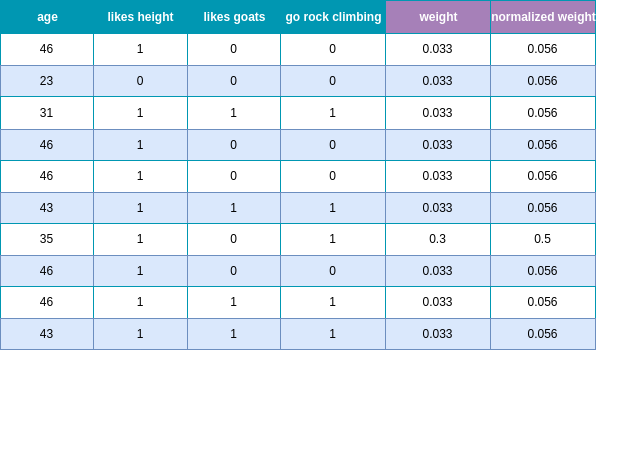
The draw.io diagram static/images/adaboost/ab_example_clf_data_second_stump_weights.drawio.png in froukje/datamapu, before a commit. Source tidied: cells renumbered, new cells last; positions are measured from the earlier drawing's top-left corner, leaving out a move shared by most shapes.
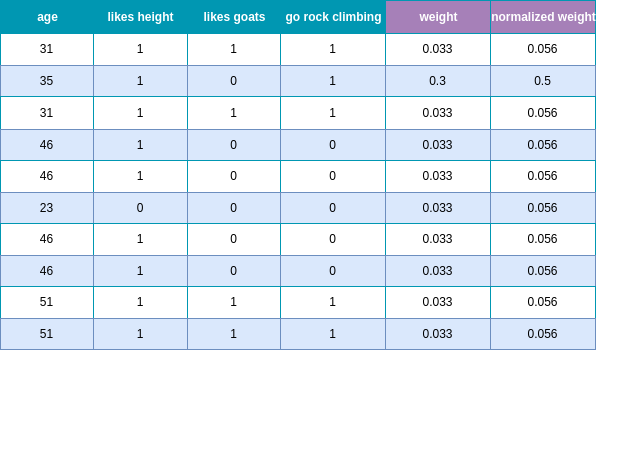
Above is the later version.

What changed in the source:
```diff
@@ -29,16 +29,16 @@
     <mxCell id="10" style="shape=tableRow;horizontal=0;startSize=0;swimlaneHead=0;swimlaneBody=0;top=0;left=0;bottom=0;right=0;fontStyle=0;strokeColor=inherit;fillColor=#ffffff;" parent="2" vertex="1">
       <mxGeometry y="33" width="595" height="32" as="geometry" />
     </mxCell>
-    <mxCell id="11" value="46" style="strokeColor=inherit;fillColor=inherit;align=center;whiteSpace=wrap;html=1;" parent="10" vertex="1">
+    <mxCell id="11" value="31" style="strokeColor=inherit;fillColor=inherit;align=center;whiteSpace=wrap;html=1;" parent="10" vertex="1">
       <mxGeometry width="93" height="32" as="geometry" />
     </mxCell>
     <mxCell id="12" value="1" style="strokeColor=inherit;fillColor=inherit;align=center;whiteSpace=wrap;html=1;" parent="10" vertex="1">
       <mxGeometry x="93" width="94" height="32" as="geometry" />
     </mxCell>
-    <mxCell id="13" value="0" style="strokeColor=inherit;fillColor=inherit;align=center;whiteSpace=wrap;html=1;" parent="10" vertex="1">
+    <mxCell id="13" value="1" style="strokeColor=inherit;fillColor=inherit;align=center;whiteSpace=wrap;html=1;" parent="10" vertex="1">
       <mxGeometry x="187" width="93" height="32" as="geometry" />
     </mxCell>
-    <mxCell id="14" value="0" style="strokeColor=inherit;fillColor=inherit;align=center;whiteSpace=wrap;html=1;" parent="10" vertex="1">
+    <mxCell id="14" value="1" style="strokeColor=inherit;fillColor=inherit;align=center;whiteSpace=wrap;html=1;" parent="10" vertex="1">
       <mxGeometry x="280" width="105" height="32" as="geometry" />
     </mxCell>
     <mxCell id="15" value="0.033" style="strokeColor=inherit;fillColor=inherit;align=center;whiteSpace=wrap;html=1;" parent="10" vertex="1">
@@ -50,22 +50,22 @@
     <mxCell id="17" style="shape=tableRow;horizontal=0;startSize=0;swimlaneHead=0;swimlaneBody=0;top=0;left=0;bottom=0;right=0;fontStyle=1;strokeColor=inherit;fillColor=#EAF2D3;" parent="2" vertex="1">
       <mxGeometry y="65" width="595" height="31" as="geometry" />
     </mxCell>
-    <mxCell id="18" value="23" style="strokeColor=#6c8ebf;fillColor=#dae8fc;whiteSpace=wrap;html=1;" parent="17" vertex="1">
+    <mxCell id="18" value="35" style="strokeColor=#6c8ebf;fillColor=#dae8fc;whiteSpace=wrap;html=1;" parent="17" vertex="1">
       <mxGeometry width="93" height="31" as="geometry" />
     </mxCell>
-    <mxCell id="19" value="0" style="strokeColor=#6c8ebf;fillColor=#dae8fc;whiteSpace=wrap;html=1;" parent="17" vertex="1">
+    <mxCell id="19" value="1" style="strokeColor=#6c8ebf;fillColor=#dae8fc;whiteSpace=wrap;html=1;" parent="17" vertex="1">
       <mxGeometry x="93" width="94" height="31" as="geometry" />
     </mxCell>
     <mxCell id="20" value="0" style="strokeColor=#6c8ebf;fillColor=#dae8fc;whiteSpace=wrap;html=1;" parent="17" vertex="1">
       <mxGeometry x="187" width="93" height="31" as="geometry" />
     </mxCell>
-    <mxCell id="21" value="0" style="strokeColor=#6c8ebf;fillColor=#dae8fc;whiteSpace=wrap;html=1;" parent="17" vertex="1">
+    <mxCell id="21" value="1" style="strokeColor=#6c8ebf;fillColor=#dae8fc;whiteSpace=wrap;html=1;" parent="17" vertex="1">
       <mxGeometry x="280" width="105" height="31" as="geometry" />
     </mxCell>
-    <mxCell id="22" value="0.033" style="strokeColor=#6c8ebf;fillColor=#dae8fc;whiteSpace=wrap;html=1;" parent="17" vertex="1">
+    <mxCell id="22" value="0.3" style="strokeColor=#6c8ebf;fillColor=#dae8fc;whiteSpace=wrap;html=1;" parent="17" vertex="1">
       <mxGeometry x="385" width="105" height="31" as="geometry" />
     </mxCell>
-    <mxCell id="23" value="0.056" style="strokeColor=#6c8ebf;fillColor=#dae8fc;whiteSpace=wrap;html=1;" parent="17" vertex="1">
+    <mxCell id="23" value="0.5" style="strokeColor=#6c8ebf;fillColor=#dae8fc;whiteSpace=wrap;html=1;" parent="17" vertex="1">
       <mxGeometry x="490" width="105" height="31" as="geometry" />
     </mxCell>
     <mxCell id="24" style="shape=tableRow;horizontal=0;startSize=0;swimlaneHead=0;swimlaneBody=0;top=0;left=0;bottom=0;right=0;fontStyle=0;strokeColor=inherit;fillColor=#ffffff;" parent="2" vertex="1">
@@ -134,16 +134,16 @@
     <mxCell id="45" style="shape=tableRow;horizontal=0;startSize=0;swimlaneHead=0;swimlaneBody=0;top=0;left=0;bottom=0;right=0;fontStyle=1;strokeColor=inherit;fillColor=#EAF2D3;" parent="2" vertex="1">
       <mxGeometry y="192" width="595" height="31" as="geometry" />
     </mxCell>
-    <mxCell id="46" value="43" style="strokeColor=#6c8ebf;fillColor=#dae8fc;whiteSpace=wrap;html=1;" parent="45" vertex="1">
+    <mxCell id="46" value="23" style="strokeColor=#6c8ebf;fillColor=#dae8fc;whiteSpace=wrap;html=1;" parent="45" vertex="1">
       <mxGeometry width="93" height="31" as="geometry" />
     </mxCell>
-    <mxCell id="47" value="1" style="strokeColor=#6c8ebf;fillColor=#dae8fc;whiteSpace=wrap;html=1;" parent="45" vertex="1">
+    <mxCell id="47" value="0" style="strokeColor=#6c8ebf;fillColor=#dae8fc;whiteSpace=wrap;html=1;" parent="45" vertex="1">
       <mxGeometry x="93" width="94" height="31" as="geometry" />
     </mxCell>
-    <mxCell id="48" value="1" style="strokeColor=#6c8ebf;fillColor=#dae8fc;whiteSpace=wrap;html=1;" parent="45" vertex="1">
+    <mxCell id="48" value="0" style="strokeColor=#6c8ebf;fillColor=#dae8fc;whiteSpace=wrap;html=1;" parent="45" vertex="1">
       <mxGeometry x="187" width="93" height="31" as="geometry" />
     </mxCell>
-    <mxCell id="49" value="1" style="strokeColor=#6c8ebf;fillColor=#dae8fc;whiteSpace=wrap;html=1;" parent="45" vertex="1">
+    <mxCell id="49" value="0" style="strokeColor=#6c8ebf;fillColor=#dae8fc;whiteSpace=wrap;html=1;" parent="45" vertex="1">
       <mxGeometry x="280" width="105" height="31" as="geometry" />
     </mxCell>
     <mxCell id="50" value="0.033" style="strokeColor=#6c8ebf;fillColor=#dae8fc;whiteSpace=wrap;html=1;" parent="45" vertex="1">
@@ -155,7 +155,7 @@
     <mxCell id="52" style="shape=tableRow;horizontal=0;startSize=0;swimlaneHead=0;swimlaneBody=0;top=0;left=0;bottom=0;right=0;fontStyle=0;strokeColor=inherit;fillColor=#ffffff;" parent="2" vertex="1">
       <mxGeometry y="223" width="595" height="32" as="geometry" />
     </mxCell>
-    <mxCell id="53" value="35" style="strokeColor=inherit;fillColor=inherit;align=center;whiteSpace=wrap;html=1;" parent="52" vertex="1">
+    <mxCell id="53" value="46" style="strokeColor=inherit;fillColor=inherit;align=center;whiteSpace=wrap;html=1;" parent="52" vertex="1">
       <mxGeometry width="93" height="32" as="geometry" />
     </mxCell>
     <mxCell id="54" value="1" style="strokeColor=inherit;fillColor=inherit;align=center;whiteSpace=wrap;html=1;" parent="52" vertex="1">
@@ -164,13 +164,13 @@
     <mxCell id="55" value="0" style="strokeColor=inherit;fillColor=inherit;align=center;whiteSpace=wrap;html=1;" parent="52" vertex="1">
       <mxGeometry x="187" width="93" height="32" as="geometry" />
     </mxCell>
-    <mxCell id="56" value="1" style="strokeColor=inherit;fillColor=inherit;align=center;whiteSpace=wrap;html=1;" parent="52" vertex="1">
+    <mxCell id="56" value="0" style="strokeColor=inherit;fillColor=inherit;align=center;whiteSpace=wrap;html=1;" parent="52" vertex="1">
       <mxGeometry x="280" width="105" height="32" as="geometry" />
     </mxCell>
-    <mxCell id="57" value="0.3" style="strokeColor=inherit;fillColor=inherit;align=center;whiteSpace=wrap;html=1;" parent="52" vertex="1">
+    <mxCell id="57" value="0.033" style="strokeColor=inherit;fillColor=inherit;align=center;whiteSpace=wrap;html=1;" parent="52" vertex="1">
       <mxGeometry x="385" width="105" height="32" as="geometry" />
     </mxCell>
-    <mxCell id="58" value="0.5" style="strokeColor=inherit;fillColor=inherit;align=center;whiteSpace=wrap;html=1;" parent="52" vertex="1">
+    <mxCell id="58" value="0.056" style="strokeColor=inherit;fillColor=inherit;align=center;whiteSpace=wrap;html=1;" parent="52" vertex="1">
       <mxGeometry x="490" width="105" height="32" as="geometry" />
     </mxCell>
     <mxCell id="59" style="shape=tableRow;horizontal=0;startSize=0;swimlaneHead=0;swimlaneBody=0;top=0;left=0;bottom=0;right=0;fontStyle=1;strokeColor=inherit;fillColor=#EAF2D3;" parent="2" vertex="1">
@@ -197,7 +197,7 @@
     <mxCell id="66" style="shape=tableRow;horizontal=0;startSize=0;swimlaneHead=0;swimlaneBody=0;top=0;left=0;bottom=0;right=0;fontStyle=0;strokeColor=inherit;fillColor=#ffffff;" parent="2" vertex="1">
       <mxGeometry y="286" width="595" height="32" as="geometry" />
     </mxCell>
-    <mxCell id="67" value="46" style="strokeColor=inherit;fillColor=inherit;align=center;whiteSpace=wrap;html=1;" parent="66" vertex="1">
+    <mxCell id="67" value="51" style="strokeColor=inherit;fillColor=inherit;align=center;whiteSpace=wrap;html=1;" parent="66" vertex="1">
       <mxGeometry width="93" height="32" as="geometry" />
     </mxCell>
     <mxCell id="68" value="1" style="strokeColor=inherit;fillColor=inherit;align=center;whiteSpace=wrap;html=1;" parent="66" vertex="1">
@@ -218,7 +218,7 @@
     <mxCell id="73" style="shape=tableRow;horizontal=0;startSize=0;swimlaneHead=0;swimlaneBody=0;top=0;left=0;bottom=0;right=0;fontStyle=1;strokeColor=inherit;fillColor=#EAF2D3;" parent="2" vertex="1">
       <mxGeometry y="318" width="595" height="31" as="geometry" />
     </mxCell>
-    <mxCell id="74" value="43" style="strokeColor=#6c8ebf;fillColor=#dae8fc;whiteSpace=wrap;html=1;" parent="73" vertex="1">
+    <mxCell id="74" value="51" style="strokeColor=#6c8ebf;fillColor=#dae8fc;whiteSpace=wrap;html=1;" parent="73" vertex="1">
       <mxGeometry width="93" height="31" as="geometry" />
     </mxCell>
     <mxCell id="75" value="1" style="strokeColor=#6c8ebf;fillColor=#dae8fc;whiteSpace=wrap;html=1;" parent="73" vertex="1">
```
